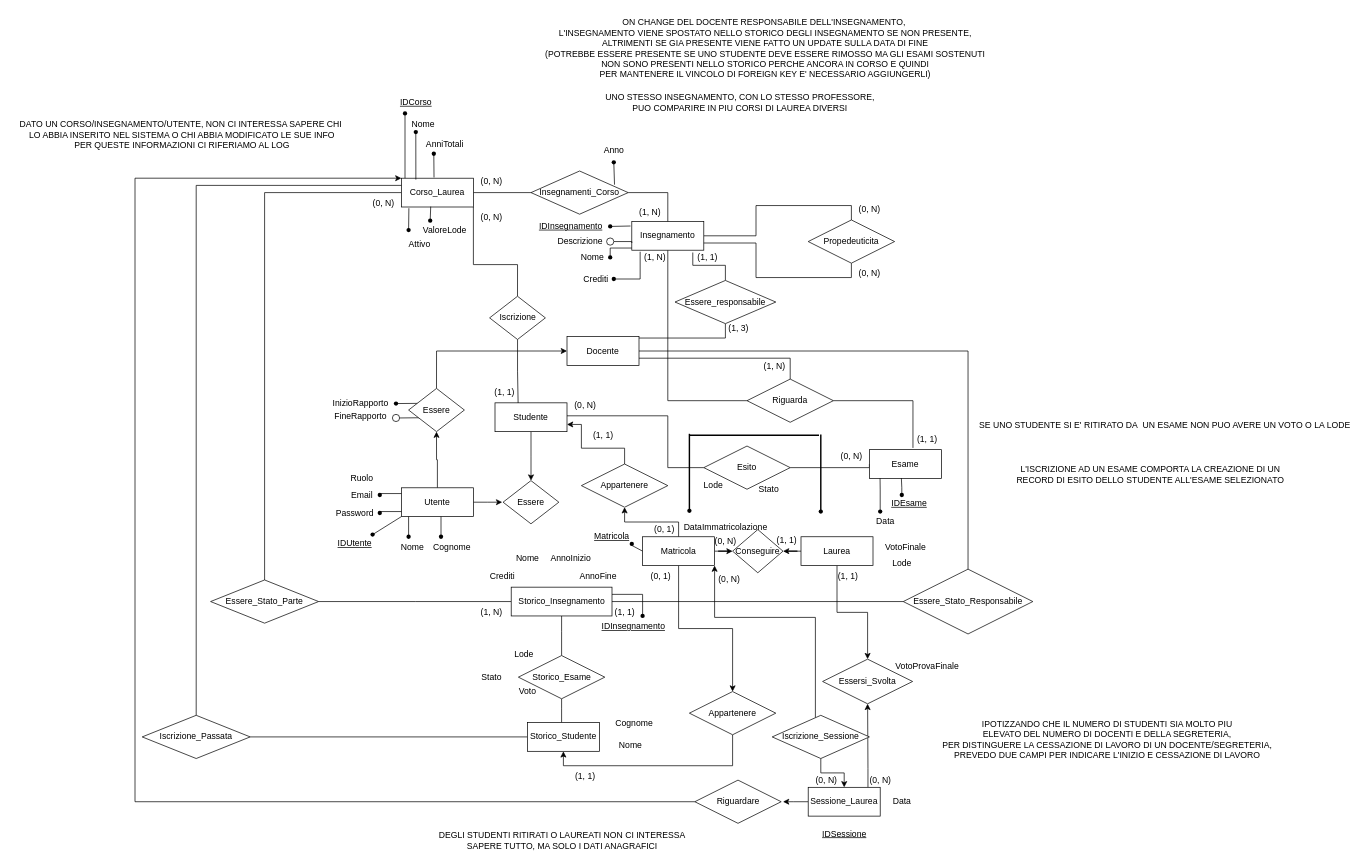
The draw.io diagram page "ER Ristrutturato" (3 of 4) of Esamiv1.drawio in michelebolis/UniversityExamSystem, before the edit. Source tidied: cells renumbered, new cells numbered last; positions are measured from the earlier drawing's top-left corner, leaving out a move shared by most shapes. Both pictures are drawn from the tidied source at 72%, with x=0, y=0 at pixel (12, 12).
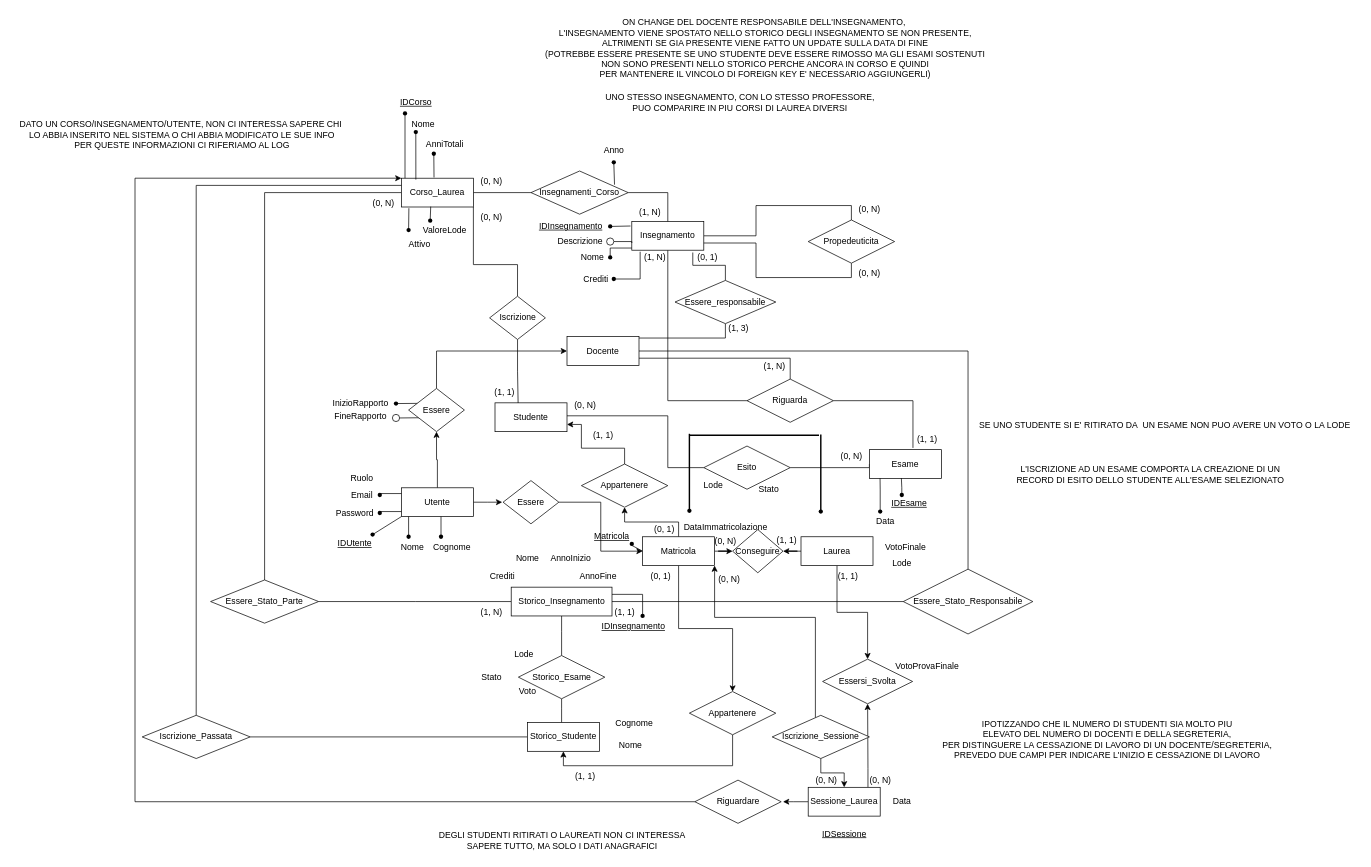
Above is the later version.

Unchanged cells that the change refers to:
```xml
<mxCell id="7" value="Studente" style="whiteSpace=wrap;html=1;align=center;" parent="1" vertex="1">
  <mxGeometry x="670" y="542" width="100" height="40" as="geometry" />
</mxCell>
<mxCell id="151" value="Matricola" style="whiteSpace=wrap;html=1;align=center;" parent="1" vertex="1">
  <mxGeometry x="875" y="728" width="100" height="40" as="geometry" />
</mxCell>
<mxCell id="187" value="Essere" style="shape=rhombus;perimeter=rhombusPerimeter;whiteSpace=wrap;html=1;align=center;" parent="1" vertex="1">
  <mxGeometry x="681.2" y="650" width="77.5" height="60" as="geometry" />
</mxCell>
```

Change to the diagram source:
```diff
@@
-    <mxCell id="6" style="edgeStyle=orthogonalEdgeStyle;rounded=0;jettySize=auto;html=1;" parent="1" edge="1" source="7" target="187">
-      <mxGeometry relative="1" as="geometry" />
-    </mxCell>
@@
-    <mxCell id="87" value="(1, 1)" style="text;html=1;align=center;verticalAlign=middle;strokeColor=none;fillColor=none;" parent="1" vertex="1">
+    <mxCell id="87" value="(0, 1)" style="text;html=1;align=center;verticalAlign=middle;strokeColor=none;fillColor=none;" parent="1" vertex="1">
       <mxGeometry x="940" y="325" width="50" height="30" as="geometry" />
     </mxCell>
@@
+    <mxCell id="188" style="edgeStyle=orthogonalEdgeStyle;rounded=0;jettySize=auto;html=1;entryX=0;entryY=0.5;entryDx=0;entryDy=0;" parent="1" edge="1" source="187" target="151">
+      <mxGeometry relative="1" as="geometry" />
+    </mxCell>
```
